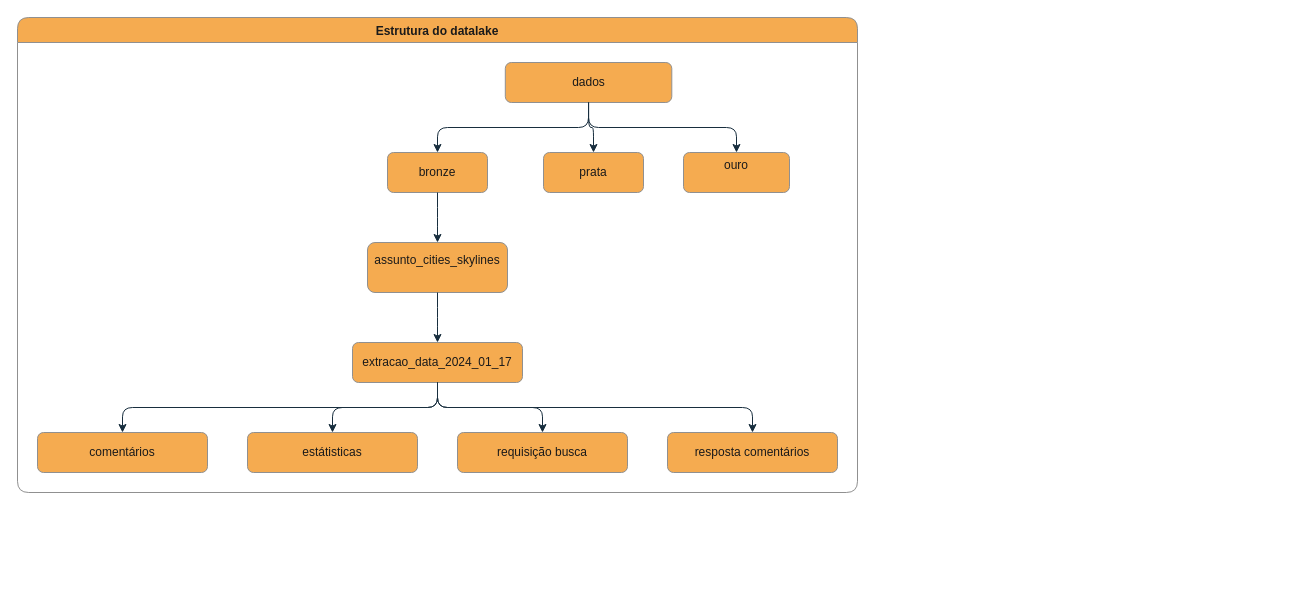
Before: docs/datalake.drawio in rodrigorocha1/analise_dados_youtube, a draw.io diagram. Source tidied: cells renumbered, new cells numbered last; positions are measured from the earlier drawing's top-left corner, leaving out a move shared by most shapes. Both pictures are drawn from the tidied source at 100%, with x=0, y=0 at pixel (17, 17).
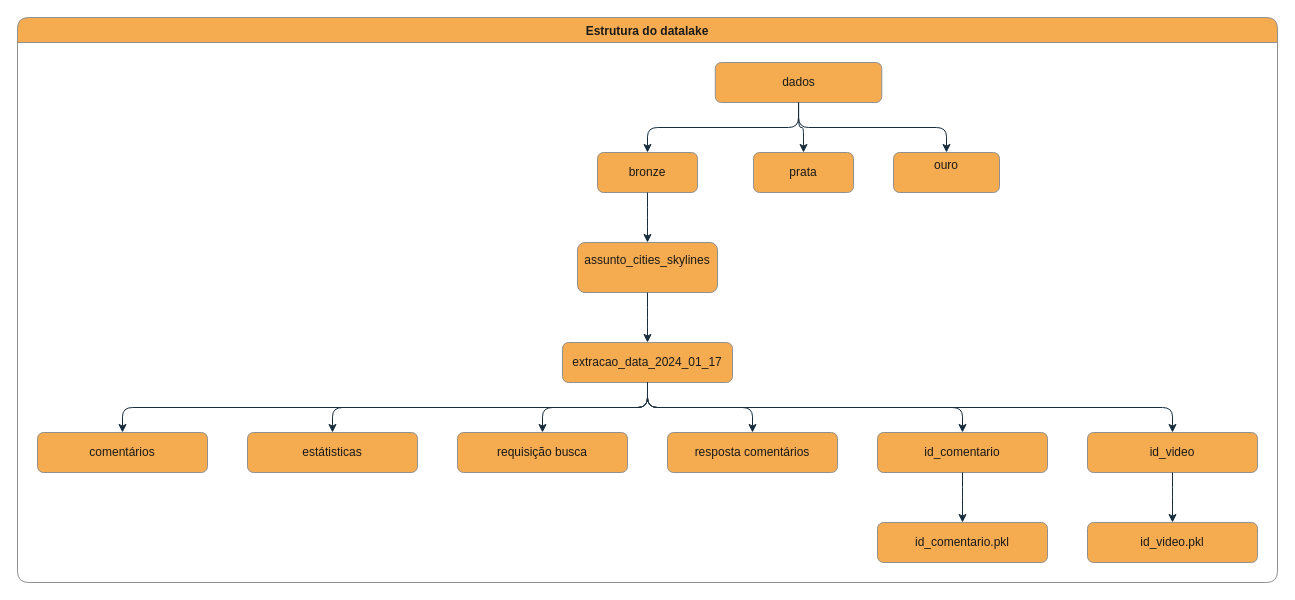
The same diagram, later.

The edit, as a diff of the source:
```diff
@@
     <mxCell id="2" value="Estrutura do datalake" style="swimlane;startSize=25;horizontal=1;horizontalTree=0;containerType=tree;fontSize=12;flipV=0;flipH=1;rounded=1;labelBackgroundColor=none;fillColor=#F5AB50;strokeColor=#909090;fontColor=#1A1A1A;direction=east;" parent="1" vertex="1">
-      <mxGeometry width="840" height="475" as="geometry" />
+      <mxGeometry width="1260" height="565" as="geometry" />
     </mxCell>
     <mxCell id="3" value="dados" style="whiteSpace=wrap;html=1;rounded=1;labelBackgroundColor=none;fillColor=#F5AB50;strokeColor=#909090;fontColor=#1A1A1A;" parent="2" vertex="1">
-      <mxGeometry x="487.8" y="45" width="166.5" height="40" as="geometry" />
+      <mxGeometry x="697.8" y="45" width="166.5" height="40" as="geometry" />
     </mxCell>
     <mxCell id="4" value="bronze" style="whiteSpace=wrap;html=1;rounded=1;labelBackgroundColor=none;fillColor=#F5AB50;strokeColor=#909090;fontColor=#1A1A1A;" parent="2" vertex="1">
-      <mxGeometry x="370" y="135" width="100" height="40" as="geometry" />
+      <mxGeometry x="580" y="135" width="100" height="40" as="geometry" />
     </mxCell>
@@
     <mxCell id="6" value="prata" style="whiteSpace=wrap;html=1;rounded=1;labelBackgroundColor=none;fillColor=#F5AB50;strokeColor=#909090;fontColor=#1A1A1A;" parent="2" vertex="1">
-      <mxGeometry x="526" y="135" width="100" height="40" as="geometry" />
+      <mxGeometry x="736" y="135" width="100" height="40" as="geometry" />
     </mxCell>
@@
     <mxCell id="9" value="assunto_cities_skylines&lt;div&gt;&lt;br/&gt;&lt;/div&gt;" style="whiteSpace=wrap;html=1;rounded=1;labelBackgroundColor=none;fillColor=#F5AB50;strokeColor=#909090;fontColor=#1A1A1A;" parent="2" vertex="1">
-      <mxGeometry x="350" y="225" width="140" height="50" as="geometry" />
+      <mxGeometry x="560" y="225" width="140" height="50" as="geometry" />
     </mxCell>
@@
     <mxCell id="11" value="extracao_data_2024_01_17" style="whiteSpace=wrap;html=1;rounded=1;labelBackgroundColor=none;fillColor=#F5AB50;strokeColor=#909090;fontColor=#1A1A1A;" parent="2" vertex="1">
-      <mxGeometry x="335" y="325" width="170" height="40" as="geometry" />
+      <mxGeometry x="545" y="325" width="170" height="40" as="geometry" />
     </mxCell>
     <mxCell id="12" value="ouro&lt;div&gt;&lt;br/&gt;&lt;/div&gt;" style="whiteSpace=wrap;html=1;rounded=1;labelBackgroundColor=none;fillColor=#F5AB50;strokeColor=#909090;fontColor=#1A1A1A;" parent="2" vertex="1">
-      <mxGeometry x="666" y="135" width="106" height="40" as="geometry" />
+      <mxGeometry x="876" y="135" width="106" height="40" as="geometry" />
     </mxCell>
@@
+    <mxCell id="22" style="edgeStyle=elbowEdgeStyle;elbow=vertical;html=1;rounded=1;curved=0;sourcePerimeterSpacing=0;targetPerimeterSpacing=0;startSize=6;endSize=6;labelBackgroundColor=none;strokeColor=#182E3E;fontColor=default;" parent="2" edge="1" source="11" target="23">
+      <mxGeometry relative="1" as="geometry" />
+    </mxCell>
+    <mxCell id="23" value="id_comentario" style="whiteSpace=wrap;html=1;rounded=1;labelBackgroundColor=none;fillColor=#F5AB50;strokeColor=#909090;fontColor=#1A1A1A;" parent="2" vertex="1">
+      <mxGeometry x="860" y="415" width="170" height="40" as="geometry" />
+    </mxCell>
+    <mxCell id="24" style="edgeStyle=elbowEdgeStyle;elbow=vertical;html=1;rounded=1;curved=0;sourcePerimeterSpacing=0;targetPerimeterSpacing=0;startSize=6;endSize=6;labelBackgroundColor=none;strokeColor=#182E3E;fontColor=default;" parent="2" edge="1" source="23" target="25">
+      <mxGeometry relative="1" as="geometry" />
+    </mxCell>
+    <mxCell id="25" value="id_comentario.pkl" style="whiteSpace=wrap;html=1;rounded=1;labelBackgroundColor=none;fillColor=#F5AB50;strokeColor=#909090;fontColor=#1A1A1A;" parent="2" vertex="1">
+      <mxGeometry x="860" y="505" width="170" height="40" as="geometry" />
+    </mxCell>
+    <mxCell id="26" style="edgeStyle=elbowEdgeStyle;elbow=vertical;html=1;rounded=1;curved=0;sourcePerimeterSpacing=0;targetPerimeterSpacing=0;startSize=6;endSize=6;labelBackgroundColor=none;strokeColor=#182E3E;fontColor=default;" parent="2" edge="1" source="11" target="27">
+      <mxGeometry relative="1" as="geometry" />
+    </mxCell>
+    <mxCell id="27" value="id_video" style="whiteSpace=wrap;html=1;rounded=1;labelBackgroundColor=none;fillColor=#F5AB50;strokeColor=#909090;fontColor=#1A1A1A;" parent="2" vertex="1">
+      <mxGeometry x="1070" y="415" width="170" height="40" as="geometry" />
+    </mxCell>
+    <mxCell id="28" style="edgeStyle=elbowEdgeStyle;elbow=vertical;html=1;rounded=1;curved=0;sourcePerimeterSpacing=0;targetPerimeterSpacing=0;startSize=6;endSize=6;labelBackgroundColor=none;strokeColor=#182E3E;fontColor=default;" parent="2" edge="1" source="27" target="29">
+      <mxGeometry relative="1" as="geometry" />
+    </mxCell>
+    <mxCell id="29" value="id_video.pkl" style="whiteSpace=wrap;html=1;rounded=1;labelBackgroundColor=none;fillColor=#F5AB50;strokeColor=#909090;fontColor=#1A1A1A;" parent="2" vertex="1">
+      <mxGeometry x="1070" y="505" width="170" height="40" as="geometry" />
+    </mxCell>
```
